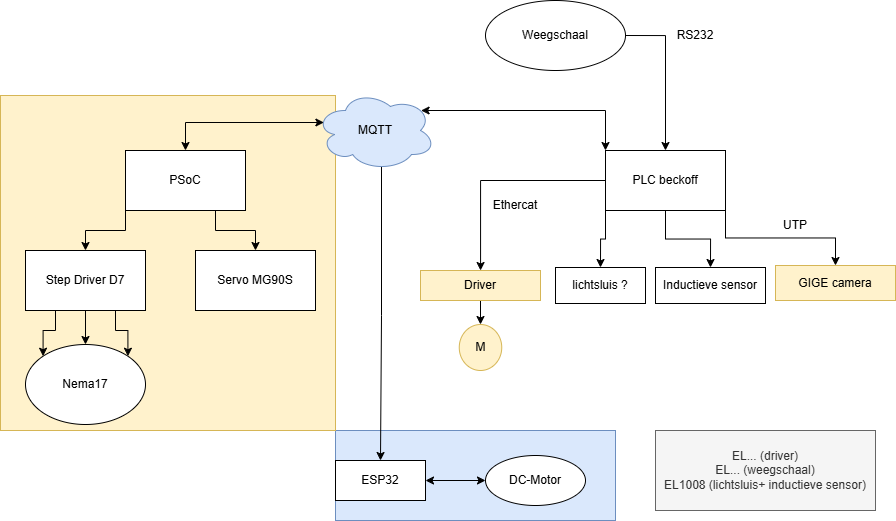
Above: docs/images/status_tasks.png in BowenS123/2EAI-PEN-2526-Industry4 (draw.io), before the change. Source tidied: cells renumbered, new cells last; positions are measured from the earlier drawing's top-left corner, leaving out a move shared by most shapes. The source it was exported from:
```xml
<mxGraphModel>
  <root>
    <mxCell id="0" />
    <mxCell id="1" parent="0" />
    <mxCell id="2" style="rounded=0;whiteSpace=wrap;html=1;fillColor=#dae8fc;strokeColor=#6c8ebf;" parent="1" vertex="1">
      <mxGeometry x="335" y="430" width="280" height="90" as="geometry" />
    </mxCell>
    <mxCell id="3" style="whiteSpace=wrap;html=1;fillColor=#fff2cc;strokeColor=#d6b656;" parent="1" vertex="1">
      <mxGeometry y="95" width="335" height="335" as="geometry" />
    </mxCell>
    <mxCell id="4" style="edgeStyle=orthogonalEdgeStyle;rounded=0;jettySize=auto;html=1;exitX=1;exitY=0.5;exitDx=0;exitDy=0;entryX=0.5;entryY=0;entryDx=0;entryDy=0;" parent="1" edge="1" source="5" target="13">
      <mxGeometry relative="1" as="geometry" />
    </mxCell>
    <mxCell id="5" value="Weegschaal" style="ellipse;whiteSpace=wrap;html=1;" parent="1" vertex="1">
      <mxGeometry x="485" width="140" height="70" as="geometry" />
    </mxCell>
    <mxCell id="6" style="edgeStyle=orthogonalEdgeStyle;rounded=0;jettySize=auto;html=1;exitX=0.07;exitY=0.4;exitDx=0;exitDy=0;exitPerimeter=0;entryX=0.5;entryY=0;entryDx=0;entryDy=0;startArrow=classic;startFill=1;" parent="1" edge="1" source="8" target="16">
      <mxGeometry relative="1" as="geometry" />
    </mxCell>
    <mxCell id="7" style="edgeStyle=orthogonalEdgeStyle;rounded=0;jettySize=auto;html=1;exitX=0.55;exitY=0.95;exitDx=0;exitDy=0;exitPerimeter=0;entryX=0.5;entryY=0;entryDx=0;entryDy=0;" parent="1" edge="1" source="8" target="35">
      <mxGeometry relative="1" as="geometry" />
    </mxCell>
    <mxCell id="8" value="MQTT" style="ellipse;shape=cloud;whiteSpace=wrap;html=1;fillColor=#dae8fc;strokeColor=#6c8ebf;" parent="1" vertex="1">
      <mxGeometry x="315" y="90" width="120" height="80" as="geometry" />
    </mxCell>
    <mxCell id="9" style="edgeStyle=orthogonalEdgeStyle;rounded=0;jettySize=auto;html=1;exitX=1;exitY=1;exitDx=0;exitDy=0;entryX=0.5;entryY=0;entryDx=0;entryDy=0;" parent="1" edge="1" source="13" target="17">
      <mxGeometry relative="1" as="geometry" />
    </mxCell>
    <mxCell id="10" style="edgeStyle=orthogonalEdgeStyle;rounded=0;jettySize=auto;html=1;exitX=0.5;exitY=1;exitDx=0;exitDy=0;entryX=0.5;entryY=0;entryDx=0;entryDy=0;" parent="1" edge="1" source="13" target="18">
      <mxGeometry relative="1" as="geometry" />
    </mxCell>
    <mxCell id="11" style="edgeStyle=orthogonalEdgeStyle;rounded=0;jettySize=auto;html=1;exitX=0;exitY=0.5;exitDx=0;exitDy=0;" parent="1" edge="1" source="13" target="20">
      <mxGeometry relative="1" as="geometry" />
    </mxCell>
    <mxCell id="12" style="edgeStyle=orthogonalEdgeStyle;rounded=0;jettySize=auto;html=1;exitX=0;exitY=1;exitDx=0;exitDy=0;entryX=0.5;entryY=0;entryDx=0;entryDy=0;" parent="1" edge="1" source="13" target="21">
      <mxGeometry relative="1" as="geometry" />
    </mxCell>
    <mxCell id="13" value="PLC beckoff" style="rounded=0;whiteSpace=wrap;html=1;" parent="1" vertex="1">
      <mxGeometry x="605" y="150" width="120" height="60" as="geometry" />
    </mxCell>
    <mxCell id="14" style="edgeStyle=orthogonalEdgeStyle;rounded=0;jettySize=auto;html=1;exitX=0;exitY=1;exitDx=0;exitDy=0;" parent="1" edge="1" source="16" target="26">
      <mxGeometry relative="1" as="geometry" />
    </mxCell>
    <mxCell id="15" style="edgeStyle=orthogonalEdgeStyle;rounded=0;jettySize=auto;html=1;exitX=0.75;exitY=1;exitDx=0;exitDy=0;entryX=0.5;entryY=0;entryDx=0;entryDy=0;" parent="1" edge="1" source="16" target="27">
      <mxGeometry relative="1" as="geometry" />
    </mxCell>
    <mxCell id="16" value="PSoC" style="rounded=0;whiteSpace=wrap;html=1;" parent="1" vertex="1">
      <mxGeometry x="125" y="150" width="120" height="60" as="geometry" />
    </mxCell>
    <mxCell id="17" value="GIGE camera" style="rounded=0;whiteSpace=wrap;html=1;fillColor=#fff2cc;strokeColor=#d6b656;" parent="1" vertex="1">
      <mxGeometry x="775" y="265" width="120" height="35" as="geometry" />
    </mxCell>
    <mxCell id="18" value="Inductieve sensor" style="rounded=0;whiteSpace=wrap;html=1;" parent="1" vertex="1">
      <mxGeometry x="655" y="267" width="110" height="36" as="geometry" />
    </mxCell>
    <mxCell id="19" style="edgeStyle=orthogonalEdgeStyle;rounded=0;jettySize=auto;html=1;exitX=0.5;exitY=1;exitDx=0;exitDy=0;entryX=0.5;entryY=0;entryDx=0;entryDy=0;" parent="1" edge="1" source="20" target="31">
      <mxGeometry relative="1" as="geometry" />
    </mxCell>
    <mxCell id="20" value="Driver" style="rounded=0;whiteSpace=wrap;html=1;fillColor=#fff2cc;strokeColor=#d6b656;" parent="1" vertex="1">
      <mxGeometry x="420" y="270" width="120" height="30" as="geometry" />
    </mxCell>
    <mxCell id="21" value="lichtsluis ?" style="rounded=0;whiteSpace=wrap;html=1;" parent="1" vertex="1">
      <mxGeometry x="555" y="267" width="90" height="36" as="geometry" />
    </mxCell>
    <mxCell id="22" style="edgeStyle=orthogonalEdgeStyle;rounded=0;jettySize=auto;html=1;exitX=0;exitY=0;exitDx=0;exitDy=0;entryX=0.88;entryY=0.25;entryDx=0;entryDy=0;entryPerimeter=0;startArrow=classic;startFill=1;" parent="1" edge="1" source="13" target="8">
      <mxGeometry relative="1" as="geometry" />
    </mxCell>
    <mxCell id="23" style="edgeStyle=orthogonalEdgeStyle;rounded=0;jettySize=auto;html=1;exitX=0.5;exitY=1;exitDx=0;exitDy=0;entryX=0.5;entryY=0;entryDx=0;entryDy=0;" parent="1" edge="1" source="26" target="28">
      <mxGeometry relative="1" as="geometry" />
    </mxCell>
    <mxCell id="24" style="edgeStyle=orthogonalEdgeStyle;rounded=0;jettySize=auto;html=1;exitX=0.25;exitY=1;exitDx=0;exitDy=0;entryX=0;entryY=0;entryDx=0;entryDy=0;" parent="1" edge="1" source="26" target="28">
      <mxGeometry relative="1" as="geometry" />
    </mxCell>
    <mxCell id="25" style="edgeStyle=orthogonalEdgeStyle;rounded=0;jettySize=auto;html=1;exitX=0.75;exitY=1;exitDx=0;exitDy=0;entryX=1;entryY=0;entryDx=0;entryDy=0;" parent="1" edge="1" source="26" target="28">
      <mxGeometry relative="1" as="geometry" />
    </mxCell>
    <mxCell id="26" value="Step Driver D7" style="rounded=0;whiteSpace=wrap;html=1;" parent="1" vertex="1">
      <mxGeometry x="25" y="250" width="120" height="60" as="geometry" />
    </mxCell>
    <mxCell id="27" value="Servo MG90S" style="rounded=0;whiteSpace=wrap;html=1;" parent="1" vertex="1">
      <mxGeometry x="195" y="250" width="120" height="60" as="geometry" />
    </mxCell>
    <mxCell id="28" value="Nema17" style="ellipse;whiteSpace=wrap;html=1;" parent="1" vertex="1">
      <mxGeometry x="25" y="344" width="120" height="80" as="geometry" />
    </mxCell>
    <mxCell id="29" value="Ethercat" style="text;html=1;whiteSpace=wrap;strokeColor=none;fillColor=none;align=center;verticalAlign=middle;rounded=0;" parent="1" vertex="1">
      <mxGeometry x="485" y="190" width="60" height="30" as="geometry" />
    </mxCell>
    <mxCell id="30" value="UTP" style="text;html=1;whiteSpace=wrap;strokeColor=none;fillColor=none;align=center;verticalAlign=middle;rounded=0;rotation=0;" parent="1" vertex="1">
      <mxGeometry x="765" y="210" width="60" height="30" as="geometry" />
    </mxCell>
    <mxCell id="31" value="M" style="ellipse;whiteSpace=wrap;html=1;fillColor=#fff2cc;strokeColor=#d6b656;" parent="1" vertex="1">
      <mxGeometry x="458.8" y="324" width="42.5" height="46" as="geometry" />
    </mxCell>
    <mxCell id="32" value="RS232" style="text;html=1;whiteSpace=wrap;strokeColor=none;fillColor=none;align=center;verticalAlign=middle;rounded=0;rotation=0;" parent="1" vertex="1">
      <mxGeometry x="665" y="20" width="60" height="30" as="geometry" />
    </mxCell>
    <mxCell id="33" value="EL... (driver)&lt;div&gt;EL... (weegschaal)&lt;/div&gt;&lt;div&gt;EL1008 (lichtsluis+ inductieve sensor)&lt;/div&gt;" style="text;html=1;whiteSpace=wrap;strokeColor=#666666;fillColor=#f5f5f5;align=center;verticalAlign=middle;rounded=0;fontColor=#333333;" parent="1" vertex="1">
      <mxGeometry x="655" y="430" width="220" height="80" as="geometry" />
    </mxCell>
    <mxCell id="34" style="edgeStyle=orthogonalEdgeStyle;rounded=0;jettySize=auto;html=1;exitX=1;exitY=0.5;exitDx=0;exitDy=0;entryX=0;entryY=0.5;entryDx=0;entryDy=0;startArrow=classic;startFill=1;" parent="1" edge="1" source="35" target="36">
      <mxGeometry relative="1" as="geometry" />
    </mxCell>
    <mxCell id="35" value="ESP32" style="rounded=0;whiteSpace=wrap;html=1;" parent="1" vertex="1">
      <mxGeometry x="335" y="460" width="90" height="40" as="geometry" />
    </mxCell>
    <mxCell id="36" value="DC-Motor" style="ellipse;whiteSpace=wrap;html=1;" parent="1" vertex="1">
      <mxGeometry x="485" y="455" width="100" height="50" as="geometry" />
    </mxCell>
  </root>
</mxGraphModel>
```
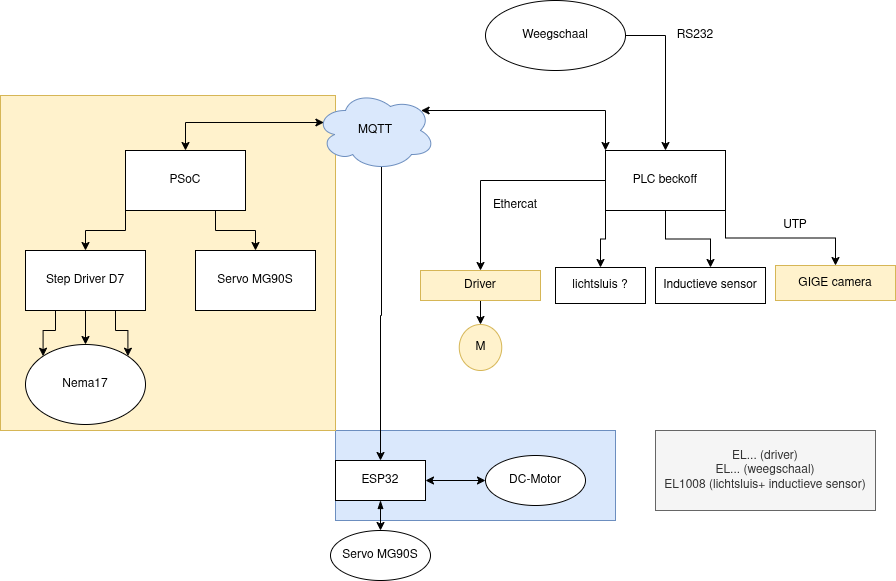
The same diagram one commit later.

Change to the diagram source:
```diff
@@ -2,12 +2,12 @@
   <root>
     <mxCell id="0" />
     <mxCell id="1" parent="0" />
-    <mxCell id="2" style="rounded=0;whiteSpace=wrap;html=1;fillColor=#dae8fc;strokeColor=#6c8ebf;" parent="1" vertex="1">
-      <mxGeometry x="335" y="430" width="280" height="90" as="geometry" />
-    </mxCell>
-    <mxCell id="3" style="whiteSpace=wrap;html=1;fillColor=#fff2cc;strokeColor=#d6b656;" parent="1" vertex="1">
-      <mxGeometry y="95" width="335" height="335" as="geometry" />
-    </mxCell>
+    <mxCell id="37" style="rounded=0;whiteSpace=wrap;html=1;fillColor=#dae8fc;strokeColor=#6c8ebf;" parent="1" vertex="1">
+      <mxGeometry x="335" y="430" width="280" height="90" as="geometry" />
+    </mxCell>
+    <mxCell id="38" style="whiteSpace=wrap;html=1;fillColor=#fff2cc;strokeColor=#d6b656;" parent="1" vertex="1">
+      <mxGeometry y="95" width="335" height="335" as="geometry" />
+    </mxCell>
     <mxCell id="4" style="edgeStyle=orthogonalEdgeStyle;rounded=0;jettySize=auto;html=1;exitX=1;exitY=0.5;exitDx=0;exitDy=0;entryX=0.5;entryY=0;entryDx=0;entryDy=0;" parent="1" edge="1" source="5" target="13">
       <mxGeometry relative="1" as="geometry" />
     </mxCell>
@@ -65,15 +65,15 @@
     <mxCell id="22" style="edgeStyle=orthogonalEdgeStyle;rounded=0;jettySize=auto;html=1;exitX=0;exitY=0;exitDx=0;exitDy=0;entryX=0.88;entryY=0.25;entryDx=0;entryDy=0;entryPerimeter=0;startArrow=classic;startFill=1;" parent="1" edge="1" source="13" target="8">
       <mxGeometry relative="1" as="geometry" />
     </mxCell>
-    <mxCell id="23" style="edgeStyle=orthogonalEdgeStyle;rounded=0;jettySize=auto;html=1;exitX=0.5;exitY=1;exitDx=0;exitDy=0;entryX=0.5;entryY=0;entryDx=0;entryDy=0;" parent="1" edge="1" source="26" target="28">
-      <mxGeometry relative="1" as="geometry" />
-    </mxCell>
-    <mxCell id="24" style="edgeStyle=orthogonalEdgeStyle;rounded=0;jettySize=auto;html=1;exitX=0.25;exitY=1;exitDx=0;exitDy=0;entryX=0;entryY=0;entryDx=0;entryDy=0;" parent="1" edge="1" source="26" target="28">
-      <mxGeometry relative="1" as="geometry" />
-    </mxCell>
-    <mxCell id="25" style="edgeStyle=orthogonalEdgeStyle;rounded=0;jettySize=auto;html=1;exitX=0.75;exitY=1;exitDx=0;exitDy=0;entryX=1;entryY=0;entryDx=0;entryDy=0;" parent="1" edge="1" source="26" target="28">
-      <mxGeometry relative="1" as="geometry" />
-    </mxCell>
+    <mxCell id="39" style="edgeStyle=orthogonalEdgeStyle;rounded=0;jettySize=auto;html=1;exitX=0.5;exitY=1;exitDx=0;exitDy=0;entryX=0.5;entryY=0;entryDx=0;entryDy=0;" parent="1" edge="1" source="26" target="28">
+      <mxGeometry relative="1" as="geometry" />
+    </mxCell>
+    <mxCell id="40" style="edgeStyle=orthogonalEdgeStyle;rounded=0;jettySize=auto;html=1;exitX=0.25;exitY=1;exitDx=0;exitDy=0;entryX=0;entryY=0;entryDx=0;entryDy=0;" parent="1" edge="1" source="26" target="28">
+      <mxGeometry relative="1" as="geometry" />
+    </mxCell>
+    <mxCell id="41" style="edgeStyle=orthogonalEdgeStyle;rounded=0;jettySize=auto;html=1;exitX=0.75;exitY=1;exitDx=0;exitDy=0;entryX=1;entryY=0;entryDx=0;entryDy=0;" parent="1" edge="1" source="26" target="28">
+      <mxGeometry relative="1" as="geometry" />
+    </mxCell>
     <mxCell id="26" value="Step Driver D7" style="rounded=0;whiteSpace=wrap;html=1;" parent="1" vertex="1">
       <mxGeometry x="25" y="250" width="120" height="60" as="geometry" />
     </mxCell>
@@ -101,11 +101,17 @@
     <mxCell id="34" style="edgeStyle=orthogonalEdgeStyle;rounded=0;jettySize=auto;html=1;exitX=1;exitY=0.5;exitDx=0;exitDy=0;entryX=0;entryY=0.5;entryDx=0;entryDy=0;startArrow=classic;startFill=1;" parent="1" edge="1" source="35" target="36">
       <mxGeometry relative="1" as="geometry" />
     </mxCell>
+    <mxCell id="42" style="edgeStyle=orthogonalEdgeStyle;rounded=0;jettySize=auto;html=1;exitX=0.5;exitY=1;exitDx=0;exitDy=0;entryX=0.5;entryY=0;entryDx=0;entryDy=0;startArrow=blockThin;startFill=1;" parent="1" edge="1" source="35" target="43">
+      <mxGeometry relative="1" as="geometry" />
+    </mxCell>
     <mxCell id="35" value="ESP32" style="rounded=0;whiteSpace=wrap;html=1;" parent="1" vertex="1">
       <mxGeometry x="335" y="460" width="90" height="40" as="geometry" />
     </mxCell>
     <mxCell id="36" value="DC-Motor" style="ellipse;whiteSpace=wrap;html=1;" parent="1" vertex="1">
       <mxGeometry x="485" y="455" width="100" height="50" as="geometry" />
     </mxCell>
+    <mxCell id="43" value="Servo MG90S" style="ellipse;whiteSpace=wrap;html=1;" parent="1" vertex="1">
+      <mxGeometry x="330" y="530" width="100" height="50" as="geometry" />
+    </mxCell>
   </root>
 </mxGraphModel>
```
